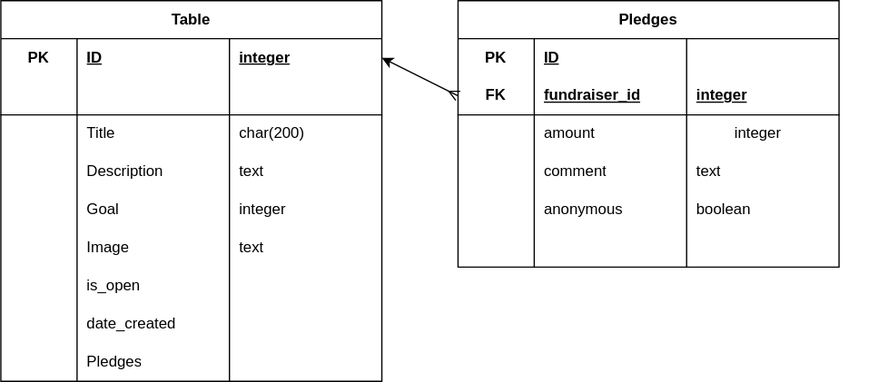
This is database.drawio.svg from CarolynWilkinson94/crowdfunding_backend, a draw.io export, as it was before one commit. Source tidied: cells renumbered, new cells last; positions are measured from the earlier drawing's top-left corner, leaving out a move shared by most shapes.
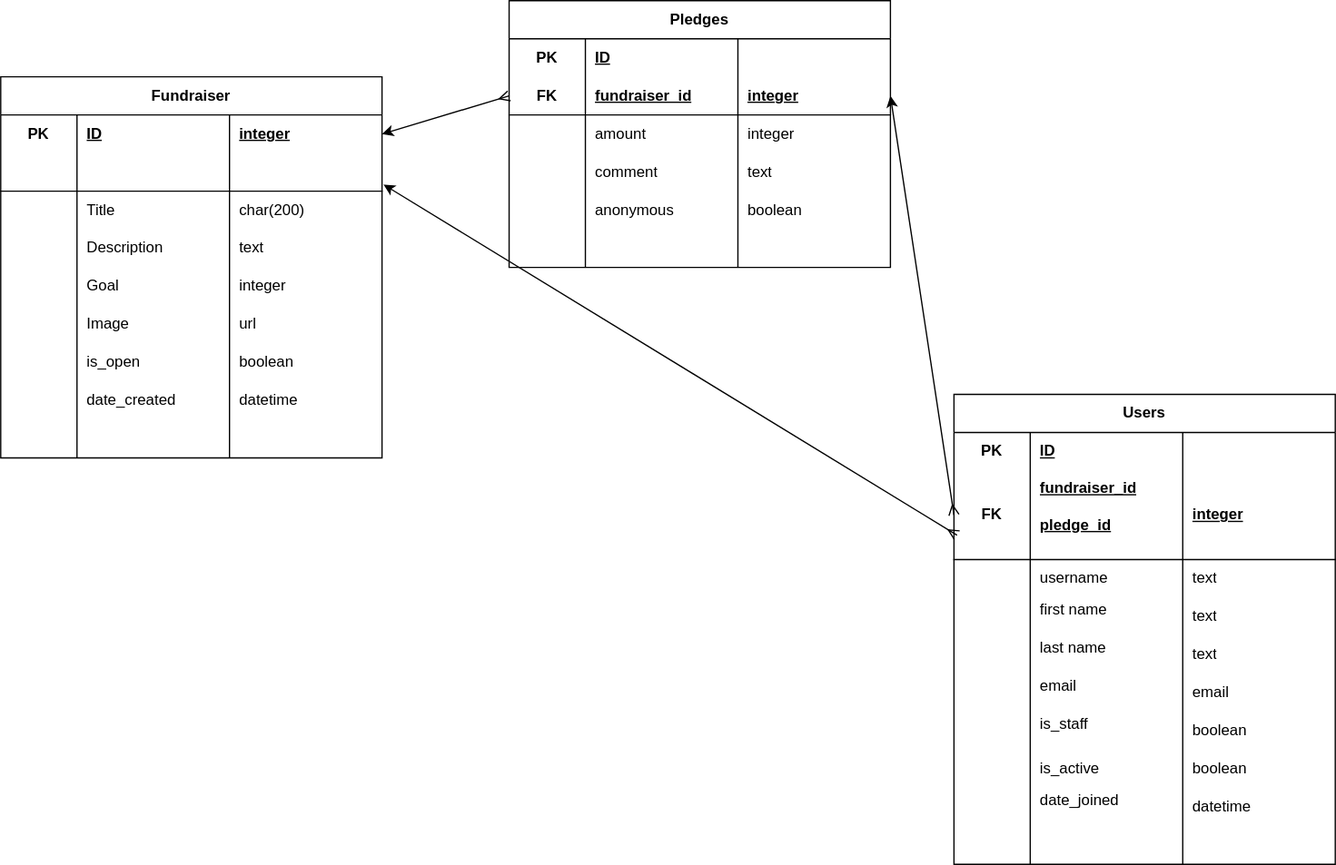
After the change.

Commit message:
updated ReadME and finished DB schema

What changed in the source:
```diff
@@ -3,7 +3,7 @@
     <mxCell id="0" />
     <mxCell id="1" parent="0" />
     <mxCell id="2" value="Pledges" style="shape=table;startSize=30;rowLines=0;fontStyle=1;align=center;html=1;whiteSpace=wrap;" parent="1" vertex="1">
-      <mxGeometry x="360" width="300" height="210" as="geometry" />
+      <mxGeometry x="400" y="-60" width="300" height="210" as="geometry" />
     </mxCell>
     <mxCell id="3" style="shape=tableRow;horizontal=0;startSize=0;swimlaneHead=0;swimlaneBody=0;fillColor=none;top=0;left=0;right=0;bottom=0;html=1;" parent="2" vertex="1">
       <mxGeometry y="30" width="300" height="30" as="geometry" />
@@ -78,9 +78,9 @@
       <mxGeometry x="180" width="120" height="30" as="geometry" />
     </mxCell>
     <mxCell id="27" value="integer" style="shape=partialRectangle;fillColor=none;top=0;left=0;bottom=0;right=0;align=left;spacingLeft=6;overflow=hidden;html=1;whiteSpace=wrap;" parent="1" vertex="1">
-      <mxGeometry x="570" y="90" width="120" height="30" as="geometry" />
+      <mxGeometry x="580" y="30" width="120" height="30" as="geometry" />
     </mxCell>
-    <mxCell id="28" value="Table" style="shape=table;startSize=30;rowLines=0;fontStyle=1;align=center;html=1;whiteSpace=wrap;" parent="1" vertex="1">
+    <mxCell id="28" value="Fundraiser" style="shape=table;startSize=30;rowLines=0;fontStyle=1;align=center;html=1;whiteSpace=wrap;" parent="1" vertex="1">
       <mxGeometry width="300" height="300" as="geometry" />
     </mxCell>
     <mxCell id="29" style="shape=tableRow;horizontal=0;startSize=0;swimlaneHead=0;swimlaneBody=0;fillColor=none;points=[[0,0.5],[1,0.5]];portConstraint=eastwest;top=0;left=0;right=0;bottom=0;html=1;" parent="28" vertex="1">
@@ -152,7 +152,7 @@
     <mxCell id="51" value="Image" style="shape=partialRectangle;fillColor=none;top=0;left=0;bottom=0;right=0;align=left;spacingLeft=6;overflow=hidden;html=1;whiteSpace=wrap;" parent="49" vertex="1">
       <mxGeometry x="60" width="120" height="30" as="geometry" />
     </mxCell>
-    <mxCell id="52" value="text" style="shape=partialRectangle;fillColor=none;top=0;left=0;bottom=0;right=0;align=left;spacingLeft=6;overflow=hidden;html=1;whiteSpace=wrap;" parent="49" vertex="1">
+    <mxCell id="52" value="url" style="shape=partialRectangle;fillColor=none;top=0;left=0;bottom=0;right=0;align=left;spacingLeft=6;overflow=hidden;html=1;whiteSpace=wrap;" parent="49" vertex="1">
       <mxGeometry x="180" width="120" height="30" as="geometry" />
     </mxCell>
     <mxCell id="53" style="shape=tableRow;horizontal=0;startSize=0;swimlaneHead=0;swimlaneBody=0;fillColor=none;top=0;left=0;right=0;bottom=0;html=1;" parent="28" vertex="1">
@@ -164,7 +164,7 @@
     <mxCell id="55" value="is_open" style="shape=partialRectangle;fillColor=none;top=0;left=0;bottom=0;right=0;align=left;spacingLeft=6;overflow=hidden;html=1;whiteSpace=wrap;" parent="53" vertex="1">
       <mxGeometry x="60" width="120" height="30" as="geometry" />
     </mxCell>
-    <mxCell id="56" style="shape=partialRectangle;fillColor=none;top=0;left=0;bottom=0;right=0;align=left;spacingLeft=6;overflow=hidden;html=1;whiteSpace=wrap;" parent="53" vertex="1">
+    <mxCell id="56" value="boolean" style="shape=partialRectangle;fillColor=none;top=0;left=0;bottom=0;right=0;align=left;spacingLeft=6;overflow=hidden;html=1;whiteSpace=wrap;" parent="53" vertex="1">
       <mxGeometry x="180" width="120" height="30" as="geometry" />
     </mxCell>
     <mxCell id="57" style="shape=tableRow;horizontal=0;startSize=0;swimlaneHead=0;swimlaneBody=0;fillColor=none;top=0;left=0;right=0;bottom=0;html=1;" parent="28" vertex="1">
@@ -176,7 +176,7 @@
     <mxCell id="59" value="date_created" style="shape=partialRectangle;fillColor=none;top=0;left=0;bottom=0;right=0;align=left;spacingLeft=6;overflow=hidden;html=1;whiteSpace=wrap;" parent="57" vertex="1">
       <mxGeometry x="60" width="120" height="30" as="geometry" />
     </mxCell>
-    <mxCell id="60" style="shape=partialRectangle;fillColor=none;top=0;left=0;bottom=0;right=0;align=left;spacingLeft=6;overflow=hidden;html=1;whiteSpace=wrap;" parent="57" vertex="1">
+    <mxCell id="60" value="datetime" style="shape=partialRectangle;fillColor=none;top=0;left=0;bottom=0;right=0;align=left;spacingLeft=6;overflow=hidden;html=1;whiteSpace=wrap;" parent="57" vertex="1">
       <mxGeometry x="180" width="120" height="30" as="geometry" />
     </mxCell>
     <mxCell id="61" style="shape=tableRow;horizontal=0;startSize=0;swimlaneHead=0;swimlaneBody=0;fillColor=none;top=0;left=0;right=0;bottom=0;html=1;" parent="28" vertex="1">
@@ -185,7 +185,7 @@
     <mxCell id="62" style="shape=partialRectangle;fillColor=none;top=0;left=0;bottom=0;right=0;overflow=hidden;html=1;whiteSpace=wrap;" parent="61" vertex="1">
       <mxGeometry width="60" height="30" as="geometry" />
     </mxCell>
-    <mxCell id="63" value="Pledges" style="shape=partialRectangle;fillColor=none;top=0;left=0;bottom=0;right=0;align=left;spacingLeft=6;overflow=hidden;html=1;whiteSpace=wrap;" parent="61" vertex="1">
+    <mxCell id="63" style="shape=partialRectangle;fillColor=none;top=0;left=0;bottom=0;right=0;align=left;spacingLeft=6;overflow=hidden;html=1;whiteSpace=wrap;" parent="61" vertex="1">
       <mxGeometry x="60" width="120" height="30" as="geometry" />
     </mxCell>
     <mxCell id="64" style="shape=partialRectangle;fillColor=none;top=0;left=0;bottom=0;right=0;align=left;spacingLeft=6;overflow=hidden;html=1;whiteSpace=wrap;" parent="61" vertex="1">
@@ -194,5 +194,134 @@
     <mxCell id="65" style="edgeStyle=none;html=1;exitX=1;exitY=0.5;exitDx=0;exitDy=0;entryX=0;entryY=0.5;entryDx=0;entryDy=0;startArrow=classic;startFill=1;endArrow=ERmany;endFill=0;" parent="1" edge="1" source="29" target="7">
       <mxGeometry relative="1" as="geometry" />
     </mxCell>
+    <mxCell id="66" value="Users" style="shape=table;startSize=30;rowLines=0;fontStyle=1;align=center;html=1;whiteSpace=wrap;" parent="1" vertex="1">
+      <mxGeometry x="750" y="250" width="300" height="370" as="geometry" />
+    </mxCell>
+    <mxCell id="67" style="shape=tableRow;horizontal=0;startSize=0;swimlaneHead=0;swimlaneBody=0;fillColor=none;top=0;left=0;right=0;bottom=0;html=1;" parent="66" vertex="1">
+      <mxGeometry y="30" width="300" height="30" as="geometry" />
+    </mxCell>
+    <mxCell id="68" value="PK" style="shape=partialRectangle;fillColor=none;top=0;left=0;bottom=0;right=0;fontStyle=1;overflow=hidden;html=1;whiteSpace=wrap;" parent="67" vertex="1">
+      <mxGeometry width="60" height="30" as="geometry" />
+    </mxCell>
+    <mxCell id="69" value="ID" style="shape=partialRectangle;fillColor=none;top=0;left=0;bottom=0;right=0;align=left;spacingLeft=6;fontStyle=5;overflow=hidden;html=1;whiteSpace=wrap;" parent="67" vertex="1">
+      <mxGeometry x="60" width="120" height="30" as="geometry" />
+    </mxCell>
+    <mxCell id="70" style="shape=partialRectangle;fillColor=none;top=0;left=0;bottom=0;right=0;align=left;spacingLeft=6;fontStyle=5;overflow=hidden;html=1;whiteSpace=wrap;" parent="67" vertex="1">
+      <mxGeometry x="180" width="120" height="30" as="geometry" />
+    </mxCell>
+    <mxCell id="71" style="shape=tableRow;horizontal=0;startSize=0;swimlaneHead=0;swimlaneBody=0;fillColor=none;points=[[0,0.5],[1,0.5]];portConstraint=eastwest;top=0;left=0;right=0;bottom=1;html=1;" parent="66" vertex="1">
+      <mxGeometry y="60" width="300" height="70" as="geometry" />
+    </mxCell>
+    <mxCell id="72" value="FK" style="shape=partialRectangle;fillColor=none;top=0;left=0;bottom=0;right=0;fontStyle=1;overflow=hidden;html=1;whiteSpace=wrap;" parent="71" vertex="1">
+      <mxGeometry width="60" height="70" as="geometry" />
+    </mxCell>
+    <mxCell id="73" value="fundraiser_id&lt;div&gt;&lt;font color=&quot;#000000&quot;&gt;&lt;br&gt;&lt;/font&gt;&lt;/div&gt;&lt;div&gt;&lt;font color=&quot;#000000&quot;&gt;pledge_id&lt;br&gt;&lt;/font&gt;&lt;div&gt;&lt;br&gt;&lt;/div&gt;&lt;/div&gt;" style="shape=partialRectangle;fillColor=none;top=0;left=0;bottom=0;right=0;align=left;spacingLeft=6;fontStyle=5;overflow=hidden;html=1;whiteSpace=wrap;" parent="71" vertex="1">
+      <mxGeometry x="60" width="120" height="70" as="geometry" />
+    </mxCell>
+    <mxCell id="74" value="integer" style="shape=partialRectangle;fillColor=none;top=0;left=0;bottom=0;right=0;align=left;spacingLeft=6;fontStyle=5;overflow=hidden;html=1;whiteSpace=wrap;" parent="71" vertex="1">
+      <mxGeometry x="180" width="120" height="70" as="geometry" />
+    </mxCell>
+    <mxCell id="75" style="shape=tableRow;horizontal=0;startSize=0;swimlaneHead=0;swimlaneBody=0;fillColor=none;top=0;left=0;right=0;bottom=0;html=1;" parent="66" vertex="1">
+      <mxGeometry y="130" width="300" height="30" as="geometry" />
+    </mxCell>
+    <mxCell id="76" style="shape=partialRectangle;fillColor=none;top=0;left=0;bottom=0;right=0;overflow=hidden;html=1;whiteSpace=wrap;" parent="75" vertex="1">
+      <mxGeometry width="60" height="30" as="geometry" />
+    </mxCell>
+    <mxCell id="77" value="username" style="shape=partialRectangle;fillColor=none;top=0;left=0;bottom=0;right=0;align=left;spacingLeft=6;overflow=hidden;html=1;whiteSpace=wrap;" parent="75" vertex="1">
+      <mxGeometry x="60" width="120" height="30" as="geometry" />
+    </mxCell>
+    <mxCell id="78" value="text" style="shape=partialRectangle;fillColor=none;top=0;left=0;bottom=0;right=0;align=left;spacingLeft=6;overflow=hidden;html=1;whiteSpace=wrap;" parent="75" vertex="1">
+      <mxGeometry x="180" width="120" height="30" as="geometry" />
+    </mxCell>
+    <mxCell id="79" style="shape=tableRow;horizontal=0;startSize=0;swimlaneHead=0;swimlaneBody=0;fillColor=none;top=0;left=0;right=0;bottom=0;html=1;" parent="66" vertex="1">
+      <mxGeometry y="160" width="300" height="30" as="geometry" />
+    </mxCell>
+    <mxCell id="80" style="shape=partialRectangle;fillColor=none;top=0;left=0;bottom=0;right=0;overflow=hidden;html=1;whiteSpace=wrap;" parent="79" vertex="1">
+      <mxGeometry width="60" height="30" as="geometry" />
+    </mxCell>
+    <mxCell id="81" value="first name&lt;span style=&quot;white-space: pre;&quot;&gt;&#9;&lt;/span&gt;" style="shape=partialRectangle;fillColor=none;top=0;left=0;bottom=0;right=0;align=left;spacingLeft=6;overflow=hidden;html=1;whiteSpace=wrap;" parent="79" vertex="1">
+      <mxGeometry x="60" width="120" height="30" as="geometry" />
+    </mxCell>
+    <mxCell id="82" value="text" style="shape=partialRectangle;fillColor=none;top=0;left=0;bottom=0;right=0;align=left;spacingLeft=6;overflow=hidden;html=1;whiteSpace=wrap;" parent="79" vertex="1">
+      <mxGeometry x="180" width="120" height="30" as="geometry" />
+    </mxCell>
+    <mxCell id="83" style="shape=tableRow;horizontal=0;startSize=0;swimlaneHead=0;swimlaneBody=0;fillColor=none;top=0;left=0;right=0;bottom=0;html=1;" parent="66" vertex="1">
+      <mxGeometry y="190" width="300" height="30" as="geometry" />
+    </mxCell>
+    <mxCell id="84" style="shape=partialRectangle;fillColor=none;top=0;left=0;bottom=0;right=0;overflow=hidden;html=1;whiteSpace=wrap;" parent="83" vertex="1">
+      <mxGeometry width="60" height="30" as="geometry" />
+    </mxCell>
+    <mxCell id="85" value="last name&lt;span style=&quot;white-space: pre;&quot;&gt;&#9;&lt;/span&gt;&lt;span style=&quot;white-space: pre;&quot;&gt;&#9;&lt;/span&gt;" style="shape=partialRectangle;fillColor=none;top=0;left=0;bottom=0;right=0;align=left;spacingLeft=6;overflow=hidden;html=1;whiteSpace=wrap;" parent="83" vertex="1">
+      <mxGeometry x="60" width="120" height="30" as="geometry" />
+    </mxCell>
+    <mxCell id="86" value="text" style="shape=partialRectangle;fillColor=none;top=0;left=0;bottom=0;right=0;align=left;spacingLeft=6;overflow=hidden;html=1;whiteSpace=wrap;" parent="83" vertex="1">
+      <mxGeometry x="180" width="120" height="30" as="geometry" />
+    </mxCell>
+    <mxCell id="87" style="shape=tableRow;horizontal=0;startSize=0;swimlaneHead=0;swimlaneBody=0;fillColor=none;top=0;left=0;right=0;bottom=0;html=1;" parent="66" vertex="1">
+      <mxGeometry y="220" width="300" height="30" as="geometry" />
+    </mxCell>
+    <mxCell id="88" style="shape=partialRectangle;fillColor=none;top=0;left=0;bottom=0;right=0;overflow=hidden;html=1;whiteSpace=wrap;" parent="87" vertex="1">
+      <mxGeometry width="60" height="30" as="geometry" />
+    </mxCell>
+    <mxCell id="89" value="email&lt;span style=&quot;white-space: pre;&quot;&gt;&#9;&lt;/span&gt;" style="shape=partialRectangle;fillColor=none;top=0;left=0;bottom=0;right=0;align=left;spacingLeft=6;overflow=hidden;html=1;whiteSpace=wrap;" parent="87" vertex="1">
+      <mxGeometry x="60" width="120" height="30" as="geometry" />
+    </mxCell>
+    <mxCell id="90" value="email" style="shape=partialRectangle;fillColor=none;top=0;left=0;bottom=0;right=0;align=left;spacingLeft=6;overflow=hidden;html=1;whiteSpace=wrap;" parent="87" vertex="1">
+      <mxGeometry x="180" width="120" height="30" as="geometry" />
+    </mxCell>
+    <mxCell id="91" style="shape=tableRow;horizontal=0;startSize=0;swimlaneHead=0;swimlaneBody=0;fillColor=none;top=0;left=0;right=0;bottom=0;html=1;" parent="66" vertex="1">
+      <mxGeometry y="250" width="300" height="30" as="geometry" />
+    </mxCell>
+    <mxCell id="92" style="shape=partialRectangle;fillColor=none;top=0;left=0;bottom=0;right=0;overflow=hidden;html=1;whiteSpace=wrap;" parent="91" vertex="1">
+      <mxGeometry width="60" height="30" as="geometry" />
+    </mxCell>
+    <mxCell id="93" value="is_staff&lt;span style=&quot;white-space: pre;&quot;&gt;&#9;&lt;/span&gt;" style="shape=partialRectangle;fillColor=none;top=0;left=0;bottom=0;right=0;align=left;spacingLeft=6;overflow=hidden;html=1;whiteSpace=wrap;" parent="91" vertex="1">
+      <mxGeometry x="60" width="120" height="30" as="geometry" />
+    </mxCell>
+    <mxCell id="94" value="boolean" style="shape=partialRectangle;fillColor=none;top=0;left=0;bottom=0;right=0;align=left;spacingLeft=6;overflow=hidden;html=1;whiteSpace=wrap;" parent="91" vertex="1">
+      <mxGeometry x="180" width="120" height="30" as="geometry" />
+    </mxCell>
+    <mxCell id="95" style="shape=tableRow;horizontal=0;startSize=0;swimlaneHead=0;swimlaneBody=0;fillColor=none;top=0;left=0;right=0;bottom=0;html=1;" parent="66" vertex="1">
+      <mxGeometry y="280" width="300" height="30" as="geometry" />
+    </mxCell>
+    <mxCell id="96" style="shape=partialRectangle;fillColor=none;top=0;left=0;bottom=0;right=0;overflow=hidden;html=1;whiteSpace=wrap;" parent="95" vertex="1">
+      <mxGeometry width="60" height="30" as="geometry" />
+    </mxCell>
+    <mxCell id="97" value="is_active" style="shape=partialRectangle;fillColor=none;top=0;left=0;bottom=0;right=0;align=left;spacingLeft=6;overflow=hidden;html=1;whiteSpace=wrap;" parent="95" vertex="1">
+      <mxGeometry x="60" width="120" height="30" as="geometry" />
+    </mxCell>
+    <mxCell id="98" value="boolean" style="shape=partialRectangle;fillColor=none;top=0;left=0;bottom=0;right=0;align=left;spacingLeft=6;overflow=hidden;html=1;whiteSpace=wrap;" parent="95" vertex="1">
+      <mxGeometry x="180" width="120" height="30" as="geometry" />
+    </mxCell>
+    <mxCell id="99" style="shape=tableRow;horizontal=0;startSize=0;swimlaneHead=0;swimlaneBody=0;fillColor=none;top=0;left=0;right=0;bottom=0;html=1;" parent="66" vertex="1">
+      <mxGeometry y="310" width="300" height="30" as="geometry" />
+    </mxCell>
+    <mxCell id="100" style="shape=partialRectangle;fillColor=none;top=0;left=0;bottom=0;right=0;overflow=hidden;html=1;whiteSpace=wrap;" parent="99" vertex="1">
+      <mxGeometry width="60" height="30" as="geometry" />
+    </mxCell>
+    <mxCell id="101" value="date_joined&lt;span style=&quot;white-space: pre;&quot;&gt;&#9;&lt;/span&gt;" style="shape=partialRectangle;fillColor=none;top=0;left=0;bottom=0;right=0;align=left;spacingLeft=6;overflow=hidden;html=1;whiteSpace=wrap;" parent="99" vertex="1">
+      <mxGeometry x="60" width="120" height="30" as="geometry" />
+    </mxCell>
+    <mxCell id="102" value="datetime" style="shape=partialRectangle;fillColor=none;top=0;left=0;bottom=0;right=0;align=left;spacingLeft=6;overflow=hidden;html=1;whiteSpace=wrap;" parent="99" vertex="1">
+      <mxGeometry x="180" width="120" height="30" as="geometry" />
+    </mxCell>
+    <mxCell id="103" style="shape=tableRow;horizontal=0;startSize=0;swimlaneHead=0;swimlaneBody=0;fillColor=none;top=0;left=0;right=0;bottom=0;html=1;" parent="66" vertex="1">
+      <mxGeometry y="340" width="300" height="30" as="geometry" />
+    </mxCell>
+    <mxCell id="104" style="shape=partialRectangle;fillColor=none;top=0;left=0;bottom=0;right=0;overflow=hidden;html=1;whiteSpace=wrap;" parent="103" vertex="1">
+      <mxGeometry width="60" height="30" as="geometry" />
+    </mxCell>
+    <mxCell id="105" style="shape=partialRectangle;fillColor=none;top=0;left=0;bottom=0;right=0;align=left;spacingLeft=6;overflow=hidden;html=1;whiteSpace=wrap;" parent="103" vertex="1">
+      <mxGeometry x="60" width="120" height="30" as="geometry" />
+    </mxCell>
+    <mxCell id="106" style="shape=partialRectangle;fillColor=none;top=0;left=0;bottom=0;right=0;align=left;spacingLeft=6;overflow=hidden;html=1;whiteSpace=wrap;" parent="103" vertex="1">
+      <mxGeometry x="180" width="120" height="30" as="geometry" />
+    </mxCell>
+    <mxCell id="107" style="edgeStyle=none;html=1;exitX=1.004;exitY=0.827;exitDx=0;exitDy=0;startArrow=classic;startFill=1;endArrow=ERmany;endFill=0;exitPerimeter=0;entryX=0.008;entryY=0.726;entryDx=0;entryDy=0;entryPerimeter=0;" parent="1" edge="1" source="33" target="71">
+      <mxGeometry relative="1" as="geometry" />
+    </mxCell>
+    <mxCell id="108" style="edgeStyle=none;html=1;entryX=0;entryY=0.5;entryDx=0;entryDy=0;startArrow=classic;startFill=1;endArrow=ERmany;endFill=0;exitX=1;exitY=0.5;exitDx=0;exitDy=0;" parent="1" edge="1" source="7" target="71">
+      <mxGeometry relative="1" as="geometry" />
+    </mxCell>
   </root>
 </mxGraphModel>
```
